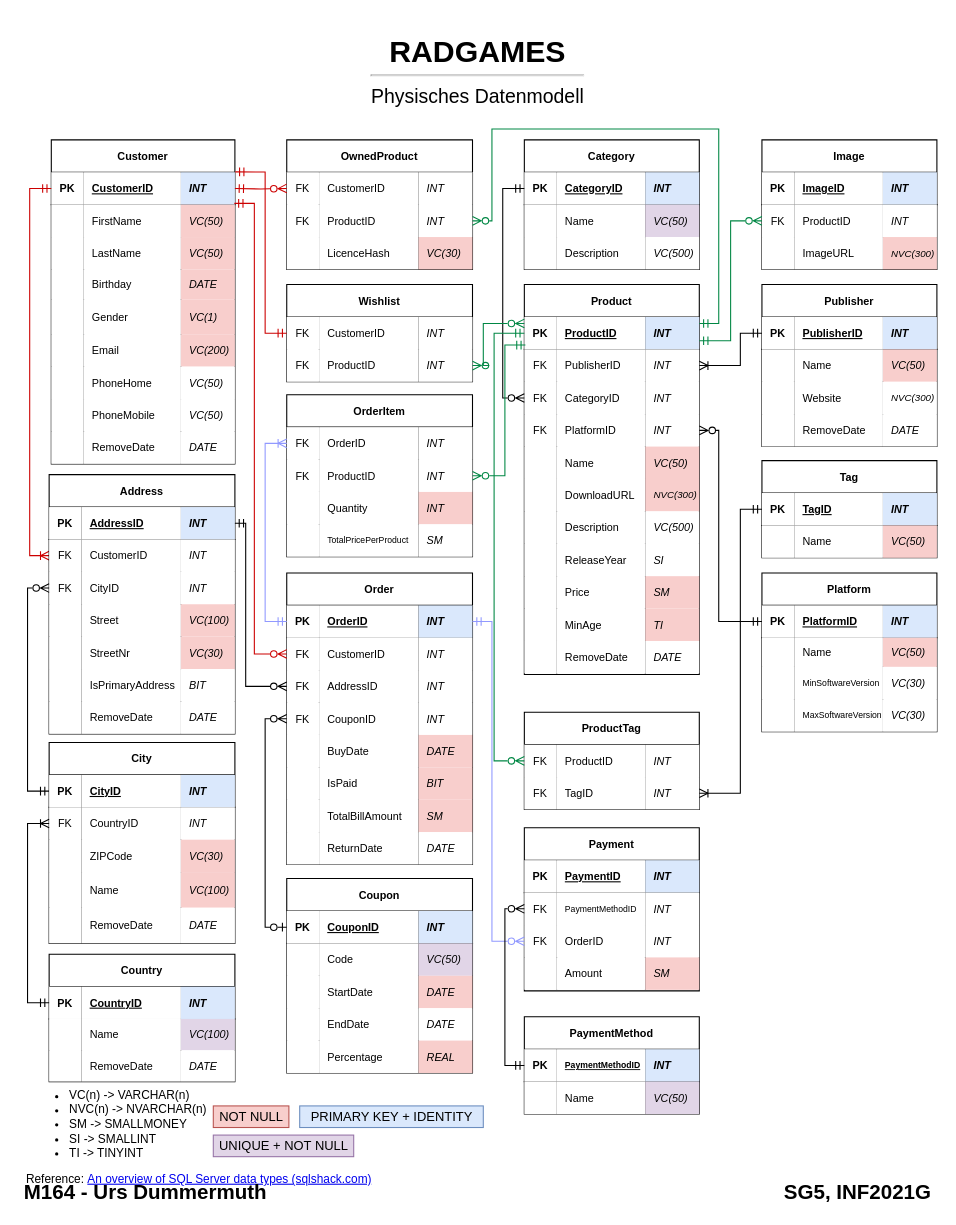
The draw.io diagram page "Physisch" (3 of 3) of Konzepte/Datenmodell.drawio in TD99/gibb-m164, before the edit. Source tidied: cells renumbered, new cells numbered last; positions are measured from the earlier drawing's top-left corner, leaving out a move shared by most shapes. Both pictures are drawn from the tidied source at 108%, with x=0, y=0 at pixel (18, 29).
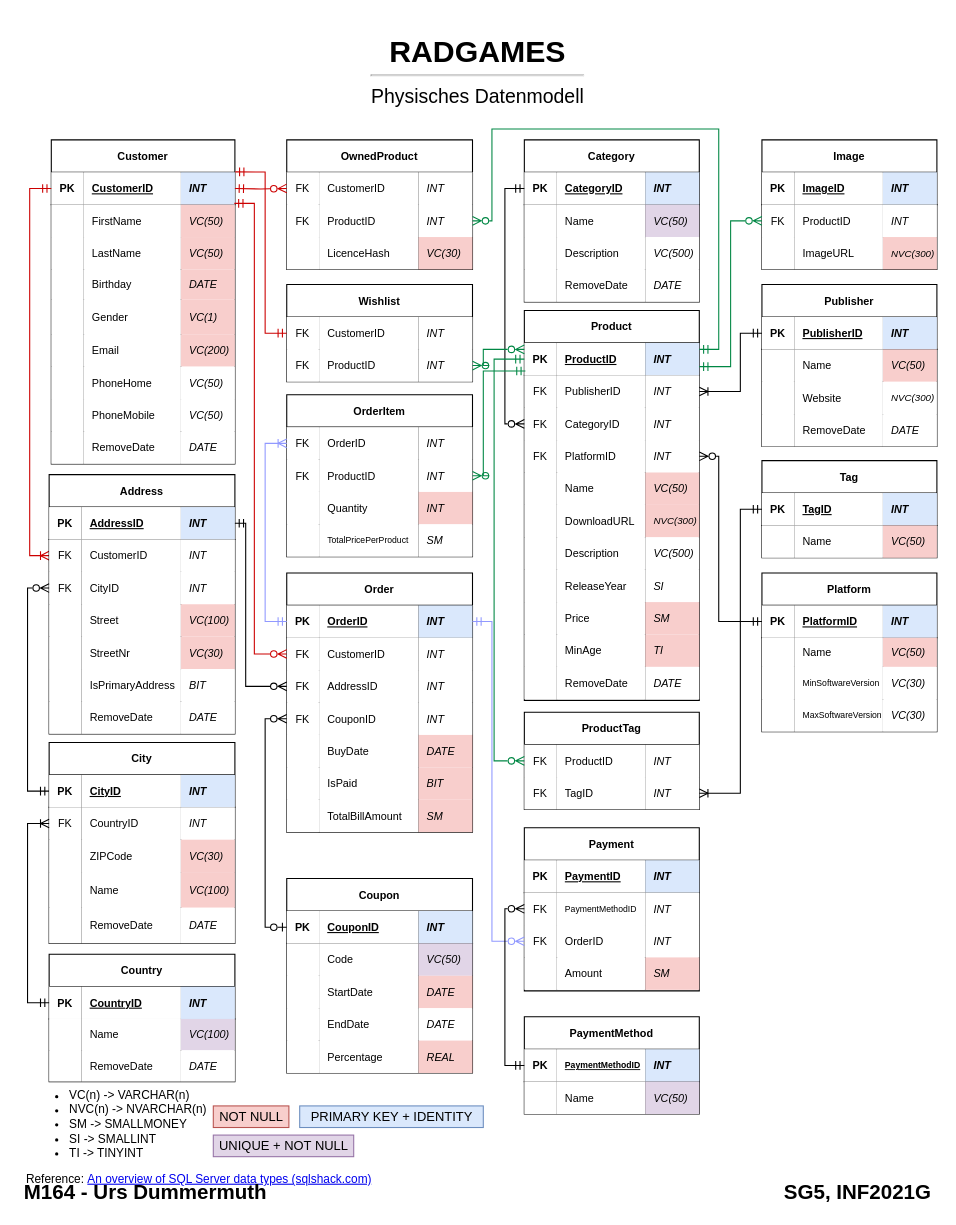
The same page after the edit.

The change refers to these unchanged cells:
```xml
<mxCell id="91" style="shape=tableRow;horizontal=0;startSize=0;swimlaneHead=0;swimlaneBody=0;fillColor=none;points=[[0,0.5],[1,0.5]];portConstraint=eastwest;top=0;left=0;right=0;bottom=0;" parent="86" vertex="1">
  <mxGeometry y="60" width="172" height="30" as="geometry" />
</mxCell>
<mxCell id="105" style="shape=tableRow;horizontal=0;startSize=0;swimlaneHead=0;swimlaneBody=0;fillColor=none;points=[[0,0.5],[1,0.5]];portConstraint=eastwest;top=0;left=0;right=0;bottom=0;fontSize=10;" parent="100" vertex="1">
  <mxGeometry y="60" width="172" height="30" as="geometry" />
</mxCell>
<mxCell id="115" style="shape=tableRow;horizontal=0;startSize=0;swimlaneHead=0;swimlaneBody=0;fillColor=none;points=[[0,0.5],[1,0.5]];portConstraint=eastwest;top=0;left=0;right=0;bottom=0;fontSize=10;" parent="110" vertex="1">
  <mxGeometry y="60" width="172" height="30" as="geometry" />
</mxCell>
<mxCell id="186" style="shape=tableRow;horizontal=0;startSize=0;swimlaneHead=0;swimlaneBody=0;fillColor=none;points=[[0,0.5],[1,0.5]];portConstraint=eastwest;top=0;left=0;right=0;bottom=1;fontSize=10;" parent="185" vertex="1">
  <mxGeometry y="30" width="162" height="30" as="geometry" />
</mxCell>
<mxCell id="199" style="shape=tableRow;horizontal=0;startSize=0;swimlaneHead=0;swimlaneBody=0;fillColor=none;points=[[0,0.5],[1,0.5]];portConstraint=eastwest;top=0;left=0;right=0;bottom=1;fontSize=10;" parent="198" vertex="1">
  <mxGeometry y="30" width="162" height="30" as="geometry" />
</mxCell>
<mxCell id="203" style="shape=tableRow;horizontal=0;startSize=0;swimlaneHead=0;swimlaneBody=0;fillColor=none;points=[[0,0.5],[1,0.5]];portConstraint=eastwest;top=0;left=0;right=0;bottom=0;fontSize=10;" parent="198" vertex="1">
  <mxGeometry y="60" width="162" height="30" as="geometry" />
</mxCell>
<mxCell id="207" style="shape=tableRow;horizontal=0;startSize=0;swimlaneHead=0;swimlaneBody=0;fillColor=none;points=[[0,0.5],[1,0.5]];portConstraint=eastwest;top=0;left=0;right=0;bottom=0;fontSize=10;" parent="198" vertex="1">
  <mxGeometry y="90" width="162" height="30" as="geometry" />
</mxCell>
<mxCell id="211" style="shape=tableRow;horizontal=0;startSize=0;swimlaneHead=0;swimlaneBody=0;fillColor=none;points=[[0,0.5],[1,0.5]];portConstraint=eastwest;top=0;left=0;right=0;bottom=0;fontSize=10;" parent="198" vertex="1">
  <mxGeometry y="120" width="162" height="30" as="geometry" />
</mxCell>
<mxCell id="246" style="shape=tableRow;horizontal=0;startSize=0;swimlaneHead=0;swimlaneBody=0;fillColor=none;points=[[0,0.5],[1,0.5]];portConstraint=eastwest;top=0;left=0;right=0;bottom=0;fontSize=10;" parent="245" vertex="1">
  <mxGeometry y="30" width="162" height="30" as="geometry" />
</mxCell>
<mxCell id="322" style="shape=tableRow;horizontal=0;startSize=0;swimlaneHead=0;swimlaneBody=0;fillColor=none;points=[[0,0.5],[1,0.5]];portConstraint=eastwest;top=0;left=0;right=0;bottom=1;fontSize=10;" parent="321" vertex="1">
  <mxGeometry y="30" width="162" height="30" as="geometry" />
</mxCell>
<mxCell id="349" style="shape=tableRow;horizontal=0;startSize=0;swimlaneHead=0;swimlaneBody=0;fillColor=none;points=[[0,0.5],[1,0.5]];portConstraint=eastwest;top=0;left=0;right=0;bottom=1;fontSize=10;" parent="348" vertex="1">
  <mxGeometry y="30" width="162" height="30" as="geometry" />
</mxCell>
```

Change to the diagram source:
```diff
@@
     <mxCell id="127" value="Order" style="shape=table;startSize=30;childLayout=tableLayout;rowLines=0;fontStyle=1;align=center;fontSize=10;" parent="1" vertex="1">
-      <mxGeometry x="248" y="503" width="172" height="270" as="geometry" />
+      <mxGeometry x="248" y="503" width="172" height="240" as="geometry" />
     </mxCell>
@@
-    <mxCell id="156" style="shape=tableRow;horizontal=0;startSize=0;swimlaneHead=0;swimlaneBody=0;fillColor=none;top=0;left=0;right=0;bottom=0;fontSize=10;" parent="127" vertex="1">
-      <mxGeometry y="240" width="172" height="30" as="geometry" />
-    </mxCell>
-    <mxCell id="157" style="shape=partialRectangle;fillColor=default;top=0;left=0;bottom=0;right=0;overflow=hidden;fontSize=10;" parent="156" vertex="1">
-      <mxGeometry width="30" height="30" as="geometry" />
-    </mxCell>
-    <mxCell id="158" value="ReturnDate" style="shape=partialRectangle;fillColor=default;top=0;left=0;bottom=0;right=0;align=left;spacingLeft=6;overflow=hidden;fontSize=10;" parent="156" vertex="1">
-      <mxGeometry x="30" width="92" height="30" as="geometry" />
-    </mxCell>
-    <mxCell id="159" value="DATE" style="shape=partialRectangle;top=0;left=0;bottom=0;right=0;align=left;spacingLeft=6;overflow=hidden;fontSize=10;fontStyle=2;" parent="156" vertex="1">
-      <mxGeometry x="122" width="50" height="30" as="geometry" />
-    </mxCell>
@@
     <mxCell id="185" value="Category" style="shape=table;startSize=30;childLayout=tableLayout;rowLines=0;fontStyle=1;align=center;fontSize=10;fillColor=default;" parent="1" vertex="1">
-      <mxGeometry x="468" y="102" width="162" height="120" as="geometry" />
+      <mxGeometry x="468" y="102" width="162" height="150" as="geometry" />
     </mxCell>
@@
+    <mxCell id="371" style="shape=tableRow;horizontal=0;startSize=0;swimlaneHead=0;swimlaneBody=0;fillColor=none;top=0;left=0;right=0;bottom=0;fontSize=10;" parent="185" vertex="1">
+      <mxGeometry y="120" width="162" height="30" as="geometry" />
+    </mxCell>
+    <mxCell id="157" style="shape=partialRectangle;fillColor=default;top=0;left=0;bottom=0;right=0;overflow=hidden;fontSize=10;" parent="371" vertex="1">
+      <mxGeometry width="30" height="30" as="geometry" />
+    </mxCell>
+    <mxCell id="372" value="RemoveDate" style="shape=partialRectangle;fillColor=default;top=0;left=0;bottom=0;right=0;align=left;spacingLeft=6;overflow=hidden;fontSize=10;" parent="371" vertex="1">
+      <mxGeometry x="30" width="82" height="30" as="geometry" />
+    </mxCell>
+    <mxCell id="159" value="DATE" style="shape=partialRectangle;fillColor=default;top=0;left=0;bottom=0;right=0;align=left;spacingLeft=6;overflow=hidden;fontSize=10;fontStyle=2;" parent="371" vertex="1">
+      <mxGeometry x="112" width="50" height="30" as="geometry" />
+    </mxCell>
     <mxCell id="198" value="Product" style="shape=table;startSize=30;childLayout=tableLayout;rowLines=0;fontStyle=1;align=center;fontSize=10;fillColor=default;" parent="1" vertex="1">
-      <mxGeometry x="468" y="236" width="162" height="361" as="geometry" />
+      <mxGeometry x="468" y="260" width="162" height="361" as="geometry" />
     </mxCell>
@@
     <mxCell id="243" style="edgeStyle=orthogonalEdgeStyle;rounded=0;jettySize=auto;html=1;startArrow=ERmandOne;startFill=0;endArrow=ERzeroToMany;endFill=0;exitX=0;exitY=0.5;exitDx=0;exitDy=0;entryX=0;entryY=0.5;entryDx=0;entryDy=0;" parent="1" edge="1" source="186" target="207">
       <mxGeometry relative="1" as="geometry">
         <Array as="points">
-          <mxPoint x="448" y="147" />
-          <mxPoint x="448" y="341" />
+          <mxPoint x="450" y="147" />
+          <mxPoint x="450" y="365" />
         </Array>
       </mxGeometry>
     </mxCell>
     <mxCell id="244" style="edgeStyle=orthogonalEdgeStyle;rounded=0;jettySize=auto;html=1;startArrow=ERzeroToMany;startFill=0;endArrow=ERmandOne;endFill=0;strokeColor=#008744;exitX=1;exitY=0.5;exitDx=0;exitDy=0;entryX=1;entryY=0.2;entryDx=0;entryDy=0;entryPerimeter=0;" parent="1" edge="1" source="91" target="199">
       <mxGeometry relative="1" as="geometry">
         <Array as="points">
           <mxPoint x="438" y="177" />
           <mxPoint x="438" y="92" />
           <mxPoint x="648" y="92" />
-          <mxPoint x="648" y="272" />
+          <mxPoint x="648" y="296" />
         </Array>
       </mxGeometry>
     </mxCell>
@@
     <mxCell id="302" style="edgeStyle=orthogonalEdgeStyle;rounded=0;jettySize=auto;html=1;startArrow=ERzeroToMany;startFill=0;endArrow=ERzeroToMany;endFill=0;entryX=0;entryY=0.2;entryDx=0;entryDy=0;entryPerimeter=0;strokeColor=#008744;exitX=1;exitY=0.5;exitDx=0;exitDy=0;" parent="1" edge="1" source="105" target="199">
       <mxGeometry relative="1" as="geometry">
         <Array as="points">
           <mxPoint x="430" y="311" />
-          <mxPoint x="430" y="272" />
+          <mxPoint x="430" y="296" />
         </Array>
       </mxGeometry>
     </mxCell>
     <mxCell id="303" style="edgeStyle=orthogonalEdgeStyle;rounded=0;jettySize=auto;html=1;startArrow=ERzeroToMany;startFill=0;endArrow=ERmandOne;endFill=0;strokeColor=#008744;entryX=0.006;entryY=0.867;entryDx=0;entryDy=0;entryPerimeter=0;exitX=1;exitY=0.5;exitDx=0;exitDy=0;" parent="1" edge="1" source="115" target="199">
       <mxGeometry relative="1" as="geometry">
         <Array as="points">
-          <mxPoint x="450" y="413" />
-          <mxPoint x="450" y="292" />
+          <mxPoint x="430" y="413" />
+          <mxPoint x="430" y="316" />
         </Array>
       </mxGeometry>
     </mxCell>
     <mxCell id="304" style="rounded=0;jettySize=auto;html=1;startArrow=ERzeroToMany;startFill=0;endArrow=ERmandOne;endFill=0;exitX=0;exitY=0.5;exitDx=0;exitDy=0;entryX=0;entryY=0.5;entryDx=0;entryDy=0;edgeStyle=orthogonalEdgeStyle;strokeColor=#008744;" parent="1" edge="1" source="246" target="199">
       <mxGeometry relative="1" as="geometry">
         <Array as="points">
           <mxPoint x="440" y="677" />
-          <mxPoint x="440" y="281" />
+          <mxPoint x="440" y="305" />
         </Array>
       </mxGeometry>
     </mxCell>
@@
     <mxCell id="338" style="edgeStyle=orthogonalEdgeStyle;rounded=0;jettySize=auto;html=1;entryX=0;entryY=0.5;entryDx=0;entryDy=0;startArrow=ERoneToMany;startFill=0;endArrow=ERmandOne;endFill=0;exitX=1;exitY=0.5;exitDx=0;exitDy=0;" parent="1" edge="1" source="203" target="322">
       <mxGeometry relative="1" as="geometry">
         <Array as="points">
-          <mxPoint x="668" y="311" />
+          <mxPoint x="668" y="335" />
           <mxPoint x="668" y="281" />
         </Array>
       </mxGeometry>
     </mxCell>
@@
     <mxCell id="366" style="edgeStyle=orthogonalEdgeStyle;rounded=0;jettySize=auto;html=1;exitX=1;exitY=0.5;exitDx=0;exitDy=0;entryX=0;entryY=0.5;entryDx=0;entryDy=0;fontSize=10;startArrow=ERzeroToMany;startFill=0;endArrow=ERmandOne;endFill=0;" parent="1" edge="1" source="211" target="349">
       <mxGeometry relative="1" as="geometry">
         <Array as="points">
-          <mxPoint x="648" y="371" />
+          <mxPoint x="648" y="395" />
           <mxPoint x="648" y="548" />
         </Array>
       </mxGeometry>
     </mxCell>
```
